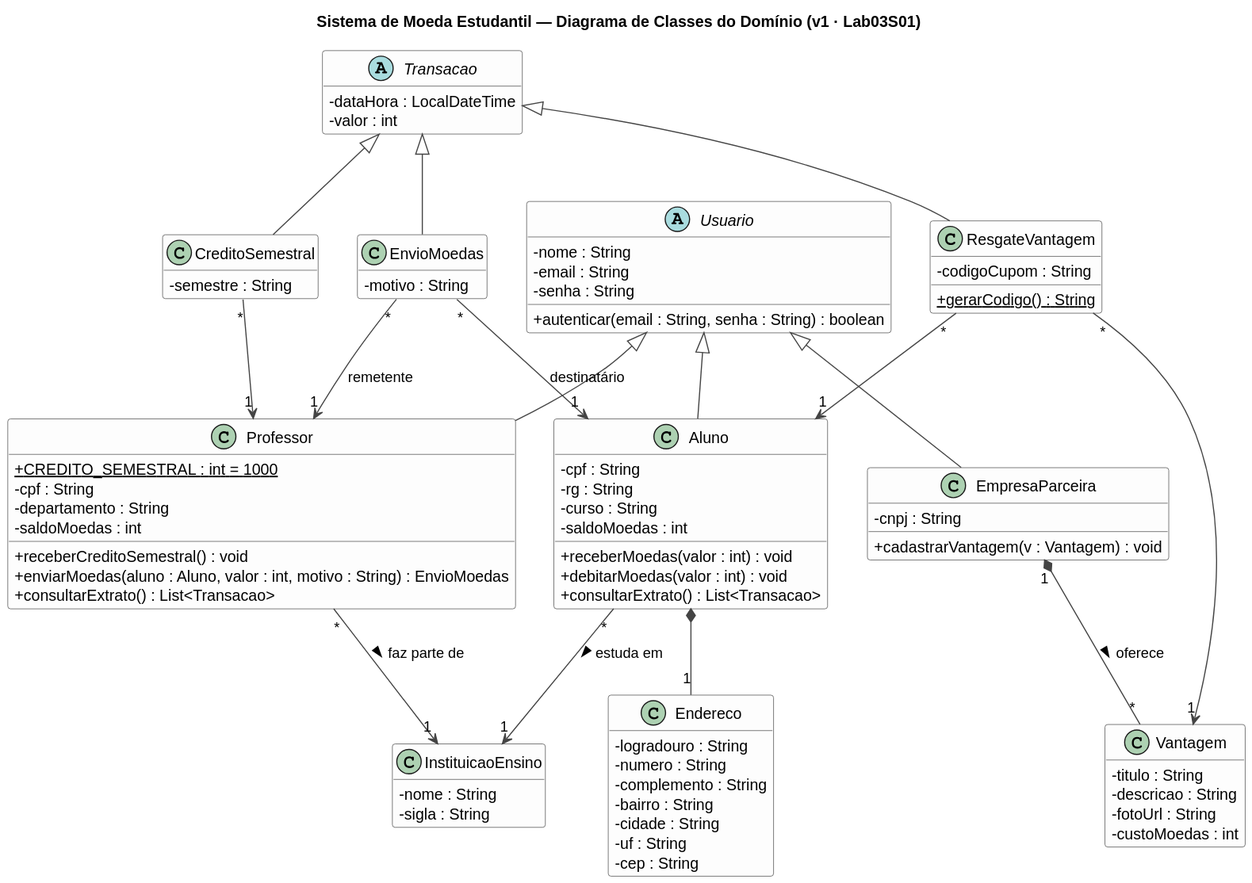
This is docs/diagramas/diagrama-classes.svg from viniciusoramos/Sistema-de-Moeda-Estudantil, a PlantUML export, as it was before one commit.
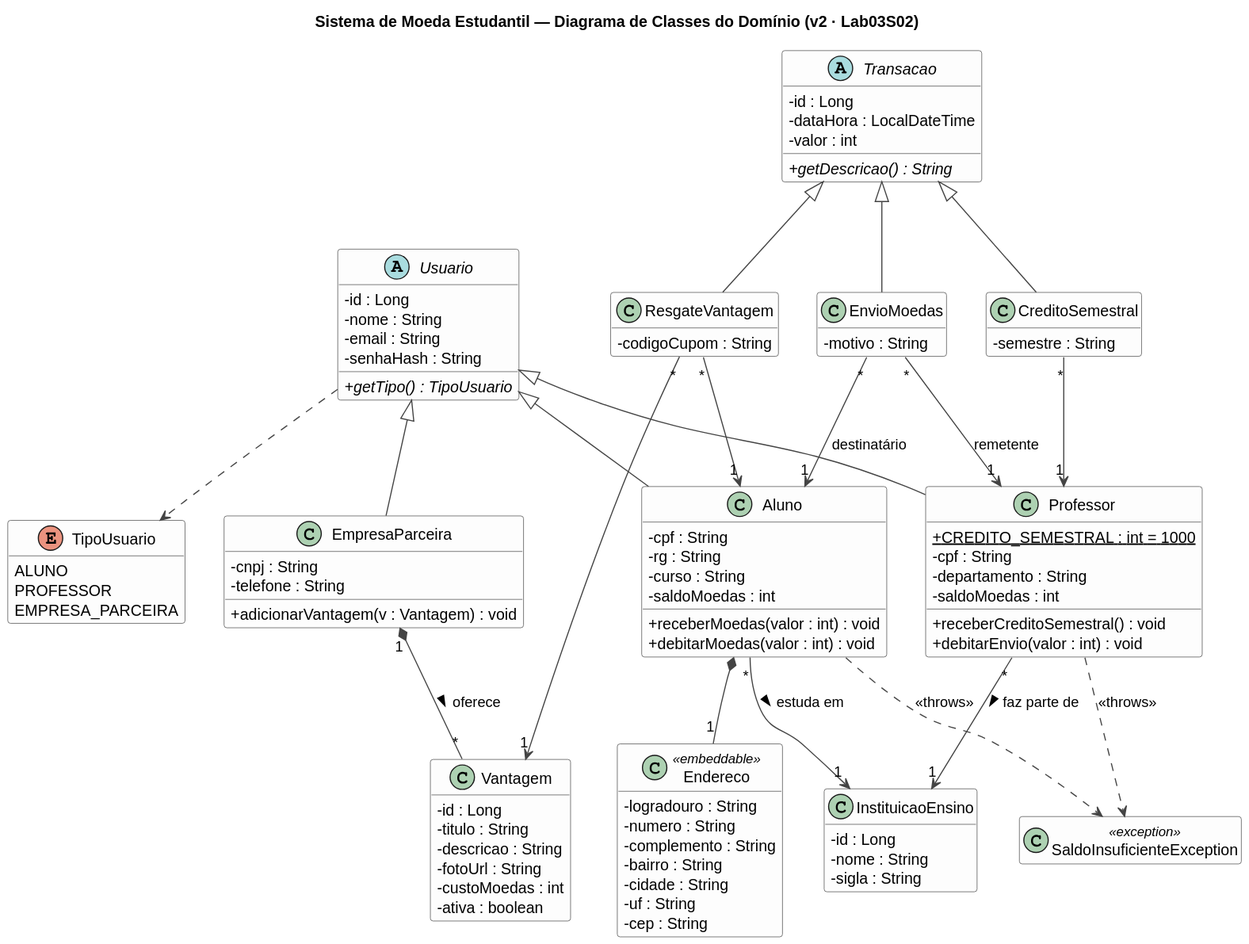
After the commit.

Change to the diagram source:
```diff
@@ -1,6 +1,6 @@
 @startuml
 
-title Sistema de Moeda Estudantil — Diagrama de Classes do Domínio (v1 · Lab03S01)
+title Sistema de Moeda Estudantil — Diagrama de Classes do Domínio (v2 · Lab03S02)
 
 skinparam classAttributeIconSize 0
 skinparam shadowing false
@@ -13,10 +13,17 @@
 set separator none
 
 abstract class Usuario {
+  - id : Long
   - nome : String
   - email : String
-  - senha : String
-  + autenticar(email : String, senha : String) : boolean
+  - senhaHash : String
+  + {abstract} getTipo() : TipoUsuario
+}
+
+enum TipoUsuario {
+  ALUNO
+  PROFESSOR
+  EMPRESA_PARCEIRA
 }
 
 class Aluno {
@@ -26,7 +33,6 @@
   - saldoMoedas : int
   + receberMoedas(valor : int) : void
   + debitarMoedas(valor : int) : void
-  + consultarExtrato() : List<Transacao>
 }
 
 class Professor {
@@ -35,16 +41,16 @@
   - departamento : String
   - saldoMoedas : int
   + receberCreditoSemestral() : void
-  + enviarMoedas(aluno : Aluno, valor : int, motivo : String) : EnvioMoedas
-  + consultarExtrato() : List<Transacao>
+  + debitarEnvio(valor : int) : void
 }
 
 class EmpresaParceira {
   - cnpj : String
-  + cadastrarVantagem(v : Vantagem) : void
+  - telefone : String
+  + adicionarVantagem(v : Vantagem) : void
 }
 
-class Endereco {
+class Endereco <<embeddable>> {
   - logradouro : String
   - numero : String
   - complemento : String
@@ -55,20 +61,25 @@
 }
 
 class InstituicaoEnsino {
+  - id : Long
   - nome : String
   - sigla : String
 }
 
 class Vantagem {
+  - id : Long
   - titulo : String
   - descricao : String
   - fotoUrl : String
   - custoMoedas : int
+  - ativa : boolean
 }
 
 abstract class Transacao {
+  - id : Long
   - dataHora : LocalDateTime
   - valor : int
+  + {abstract} getDescricao() : String
 }
 
 class EnvioMoedas {
@@ -77,16 +88,18 @@
 
 class ResgateVantagem {
   - codigoCupom : String
-  + {static} gerarCodigo() : String
 }
 
 class CreditoSemestral {
   - semestre : String
 }
 
+class SaldoInsuficienteException <<exception>>
+
 Usuario <|-- Aluno
 Usuario <|-- Professor
 Usuario <|-- EmpresaParceira
+Usuario ..> TipoUsuario
 
 Aluno *-- "1" Endereco
 Aluno "*" --> "1" InstituicaoEnsino : estuda em >
@@ -103,4 +116,7 @@
 ResgateVantagem "*" --> "1" Aluno
 ResgateVantagem "*" --> "1" Vantagem
 CreditoSemestral "*" --> "1" Professor
+
+Aluno ..> SaldoInsuficienteException : <<throws>>
+Professor ..> SaldoInsuficienteException : <<throws>>
 @enduml
```
